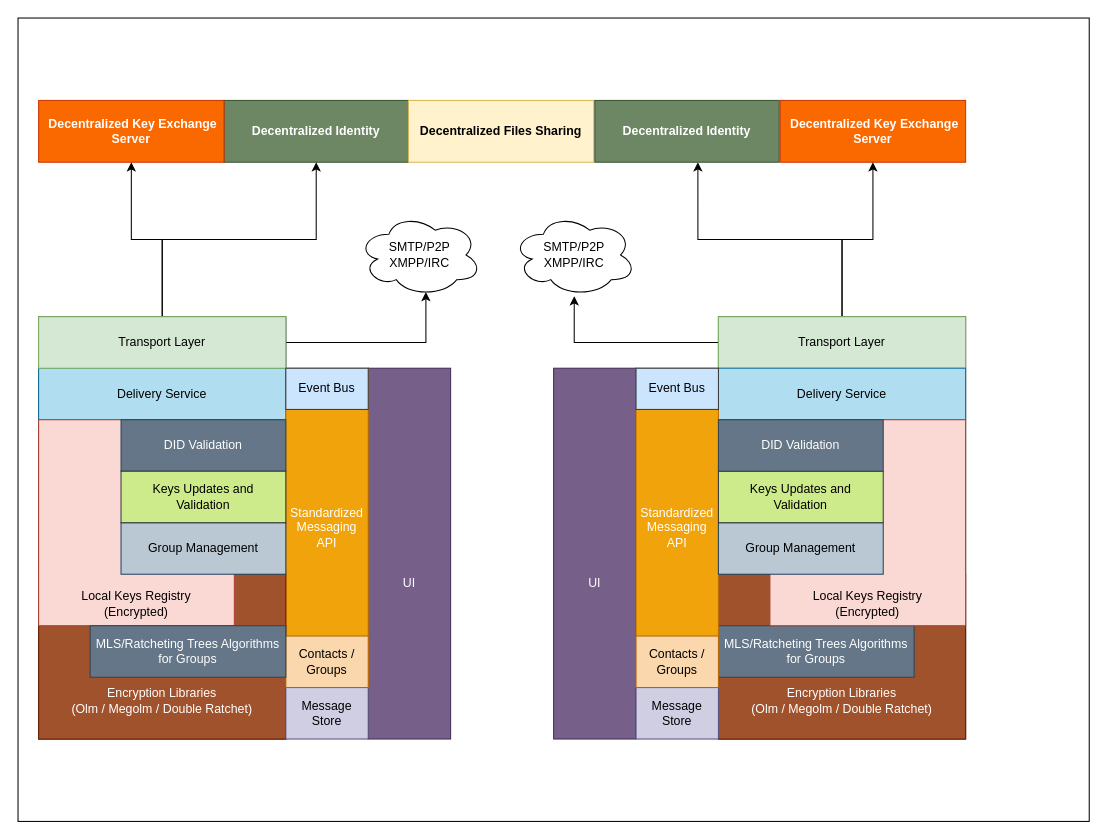
bhatti/Aeron keeps this draw.io diagram as page "layers" (4 of 4) of Messaging end-to-end.drawio. Above is the earlier version. Source tidied: cells renumbered, new cells numbered last; positions are measured from the earlier drawing's top-left corner, leaving out a move shared by most shapes. Both pictures are drawn from the tidied source at 103%, with x=0, y=0 at pixel (18, 18).
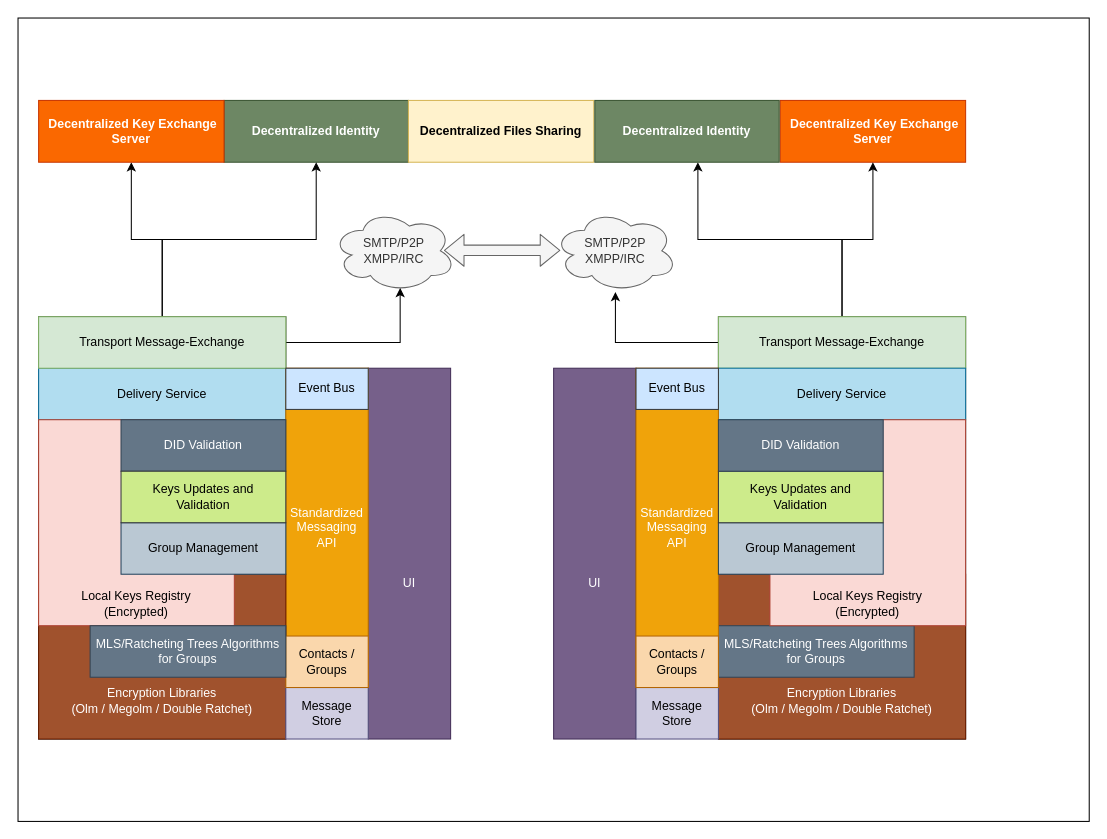
The same diagram, later.

What changed in the source:
```diff
@@
-    <mxCell id="8" value="SMTP/P2P&lt;br&gt;XMPP/IRC" style="ellipse;shape=cloud;whiteSpace=wrap;html=1;" parent="1" vertex="1">
-      <mxGeometry x="330" y="190" width="120" height="80" as="geometry" />
+    <mxCell id="8" value="SMTP/P2P&lt;br&gt;XMPP/IRC" style="ellipse;shape=cloud;whiteSpace=wrap;html=1;fillColor=#f5f5f5;strokeColor=#666666;fontColor=#333333;" parent="1" vertex="1">
+      <mxGeometry x="305" y="186" width="120" height="80" as="geometry" />
     </mxCell>
-    <mxCell id="9" value="SMTP/P2P&lt;br&gt;XMPP/IRC" style="ellipse;shape=cloud;whiteSpace=wrap;html=1;" parent="1" vertex="1">
-      <mxGeometry x="480" y="190" width="120" height="80" as="geometry" />
+    <mxCell id="9" value="SMTP/P2P&lt;br&gt;XMPP/IRC" style="ellipse;shape=cloud;whiteSpace=wrap;html=1;fillColor=#f5f5f5;strokeColor=#666666;fontColor=#333333;" parent="1" vertex="1">
+      <mxGeometry x="520" y="186" width="120" height="80" as="geometry" />
     </mxCell>
@@
-    <mxCell id="16" value="Transport Layer" style="rounded=0;whiteSpace=wrap;html=1;fillColor=#d5e8d4;strokeColor=#82b366;" parent="1" vertex="1">
+    <mxCell id="16" value="Transport Message-Exchange" style="rounded=0;whiteSpace=wrap;html=1;fillColor=#d5e8d4;strokeColor=#82b366;" parent="1" vertex="1">
       <mxGeometry x="680" y="290" width="240" height="50" as="geometry" />
     </mxCell>
@@
-    <mxCell id="21" value="Transport Layer" style="rounded=0;whiteSpace=wrap;html=1;fillColor=#d5e8d4;strokeColor=#82b366;" parent="1" vertex="1">
+    <mxCell id="21" value="Transport Message-Exchange" style="rounded=0;whiteSpace=wrap;html=1;fillColor=#d5e8d4;strokeColor=#82b366;" parent="1" vertex="1">
       <mxGeometry x="20" y="290" width="240" height="50" as="geometry" />
     </mxCell>
@@
+    <mxCell id="44" style="shape=flexArrow;endArrow=classic;startArrow=classic;html=1;endSize=6;fillColor=#f5f5f5;strokeColor=#666666;" parent="1" edge="1">
+      <mxGeometry relative="1" as="geometry">
+        <mxPoint x="413.5" y="225.5" as="sourcePoint" />
+        <mxPoint x="526.5" y="225.5" as="targetPoint" />
+      </mxGeometry>
+    </mxCell>
```
